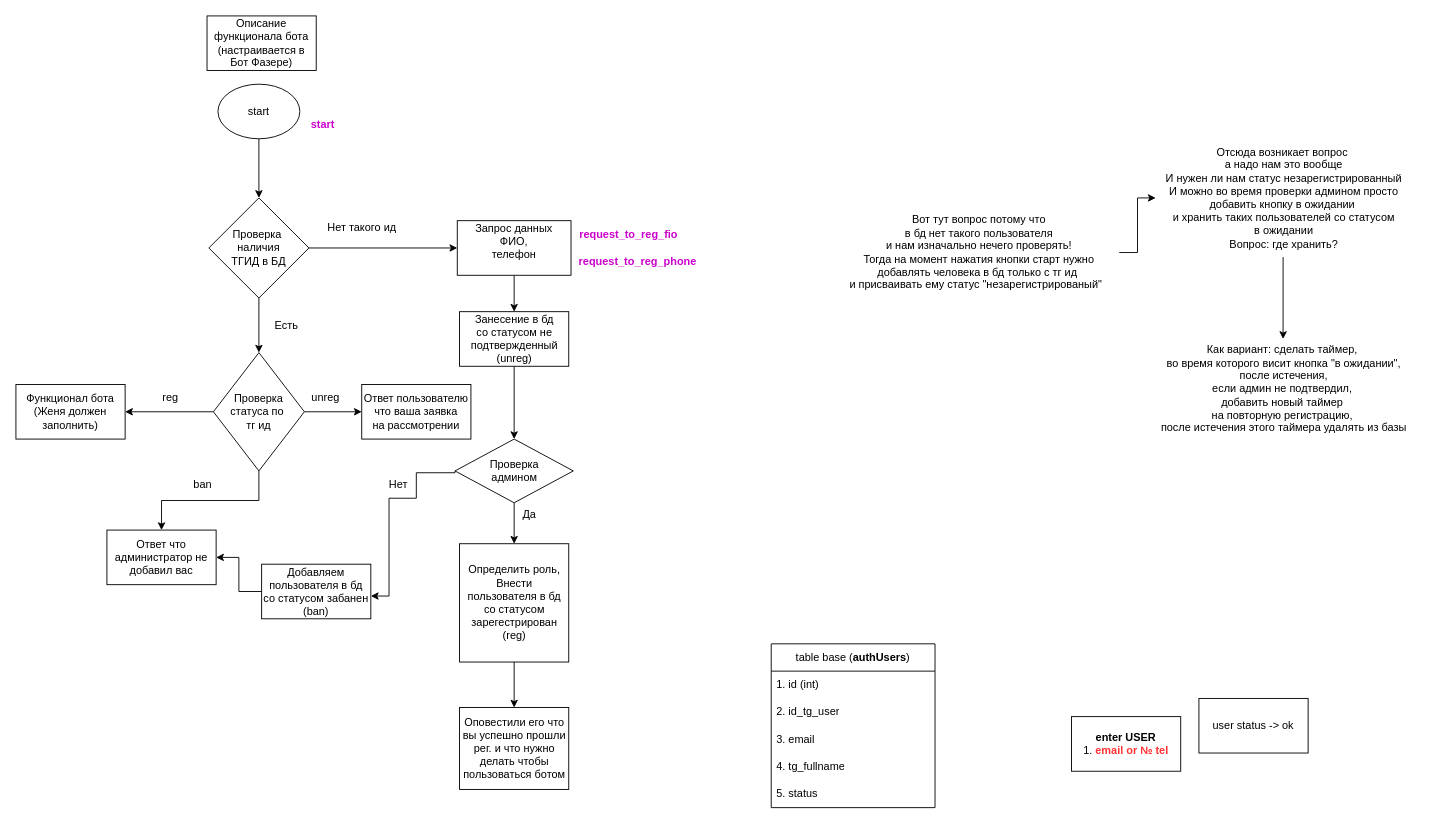
EvgeniiGud/draw keeps this draw.io diagram as auth_op_bot.drawio. Above is the earlier version. Source tidied: cells renumbered, new cells numbered last; positions are measured from the earlier drawing's top-left corner, leaving out a move shared by most shapes. Both pictures are drawn from the tidied source at 91%, with x=0, y=0 at pixel (15, 15).
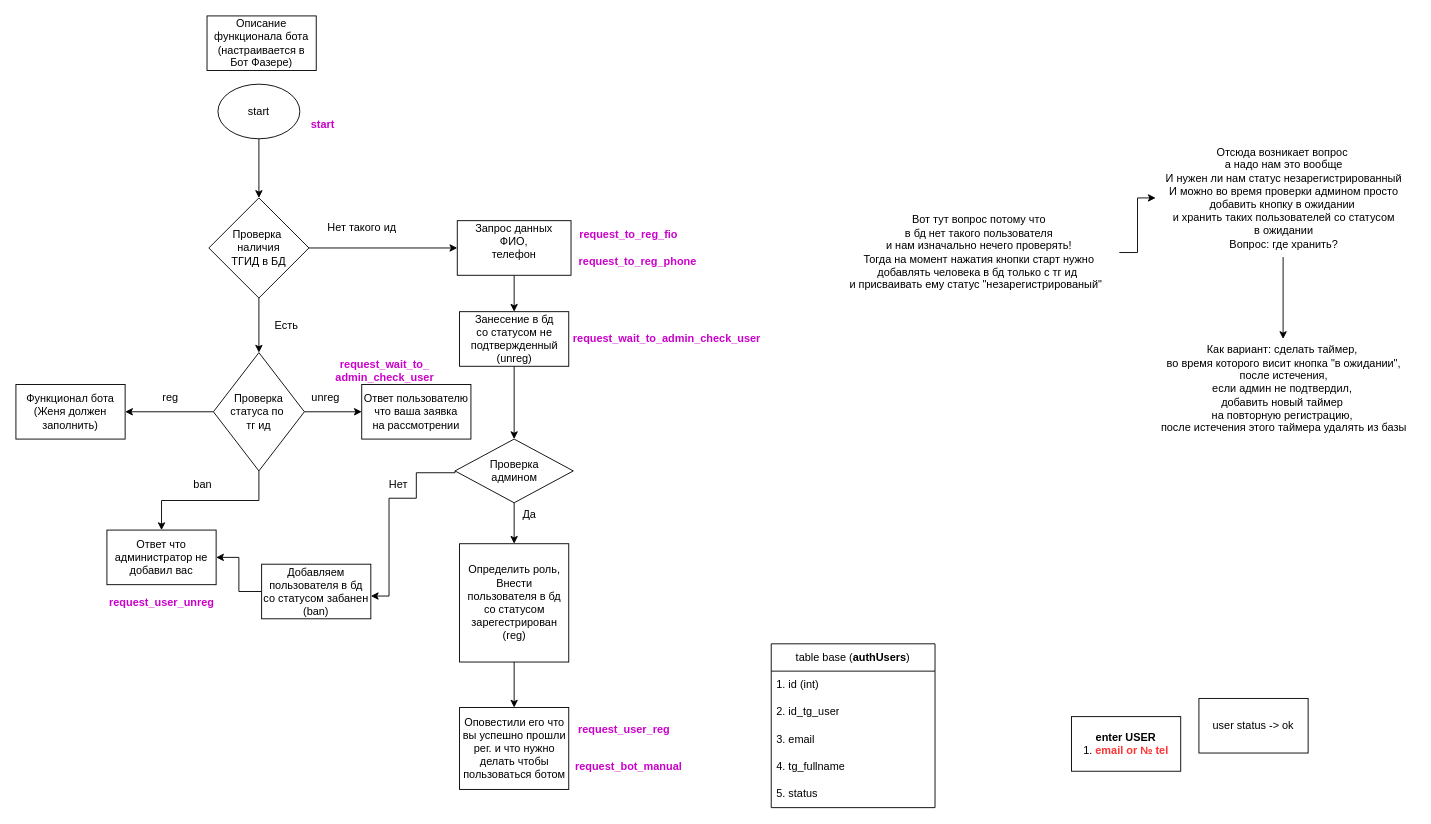
Above is the later version.

Diff of the diagram source:
```diff
@@
+    <mxCell id="52" value="&lt;font color=&quot;#cc00cc&quot;&gt;&lt;b&gt;request_wait_to_admin_check_user&lt;/b&gt;&lt;/font&gt;" style="text;html=1;align=center;verticalAlign=middle;strokeColor=none;fillColor=none;" parent="1" vertex="1">
+      <mxGeometry x="600" y="340" width="230" height="30" as="geometry" />
+    </mxCell>
+    <mxCell id="53" value="&lt;font color=&quot;#cc00cc&quot;&gt;&lt;b&gt;request_user_reg&lt;/b&gt;&lt;/font&gt;" style="text;html=1;align=center;verticalAlign=middle;strokeColor=none;fillColor=none;" parent="1" vertex="1">
+      <mxGeometry x="607.5" y="770" width="120" height="30" as="geometry" />
+    </mxCell>
+    <mxCell id="54" value="&lt;font color=&quot;#cc00cc&quot;&gt;&lt;b&gt;request_user_unreg&lt;/b&gt;&lt;/font&gt;" style="text;html=1;align=center;verticalAlign=middle;strokeColor=none;fillColor=none;" parent="1" vertex="1">
+      <mxGeometry x="90" y="630" width="140" height="30" as="geometry" />
+    </mxCell>
+    <mxCell id="55" value="&lt;font color=&quot;#cc00cc&quot;&gt;&lt;b&gt;request_bot_manual&lt;/b&gt;&lt;/font&gt;" style="text;html=1;align=center;verticalAlign=middle;strokeColor=none;fillColor=none;" parent="1" vertex="1">
+      <mxGeometry x="602.5" y="810" width="140" height="30" as="geometry" />
+    </mxCell>
+    <mxCell id="56" value="&lt;font color=&quot;#cc00cc&quot;&gt;&lt;b&gt;request_wait_to_&lt;br&gt;admin_check_user&lt;/b&gt;&lt;/font&gt;" style="text;html=1;align=center;verticalAlign=middle;strokeColor=none;fillColor=none;" parent="1" vertex="1">
+      <mxGeometry x="340" y="370" width="130" height="40" as="geometry" />
+    </mxCell>
```
